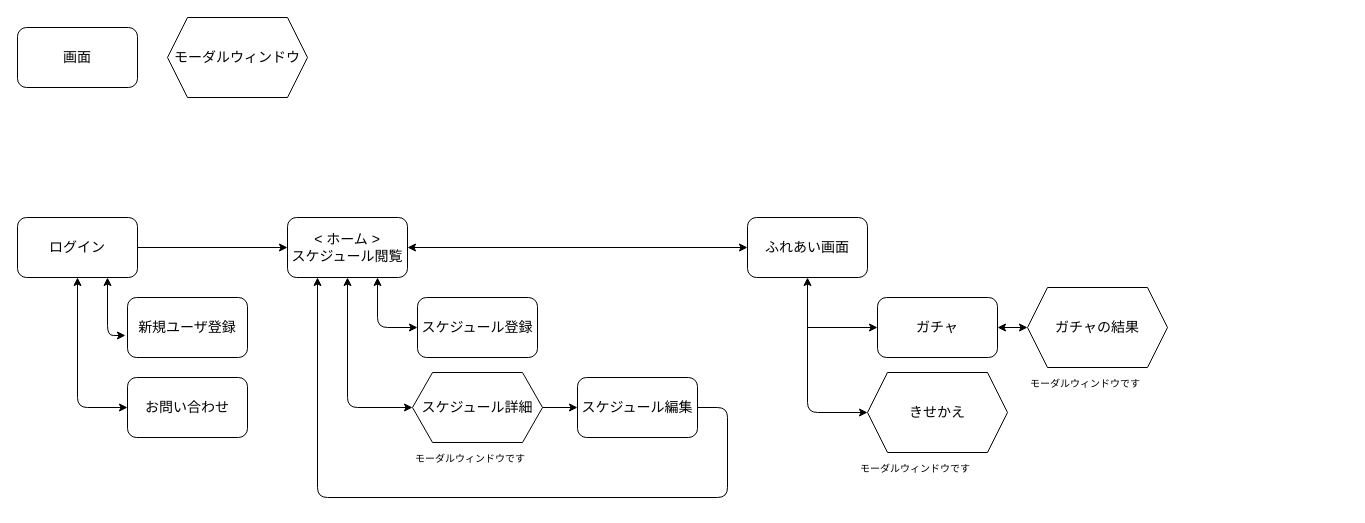
Above: doc/2_外部設計/画面遷移図.drawio in dojo2023/E-3 (draw.io), before the change. Source tidied: cells renumbered, new cells numbered last; positions are measured from the earlier drawing's top-left corner, leaving out a move shared by most shapes. Both pictures are drawn from the tidied source at 100%, with x=0, y=0 at pixel (17, 17).
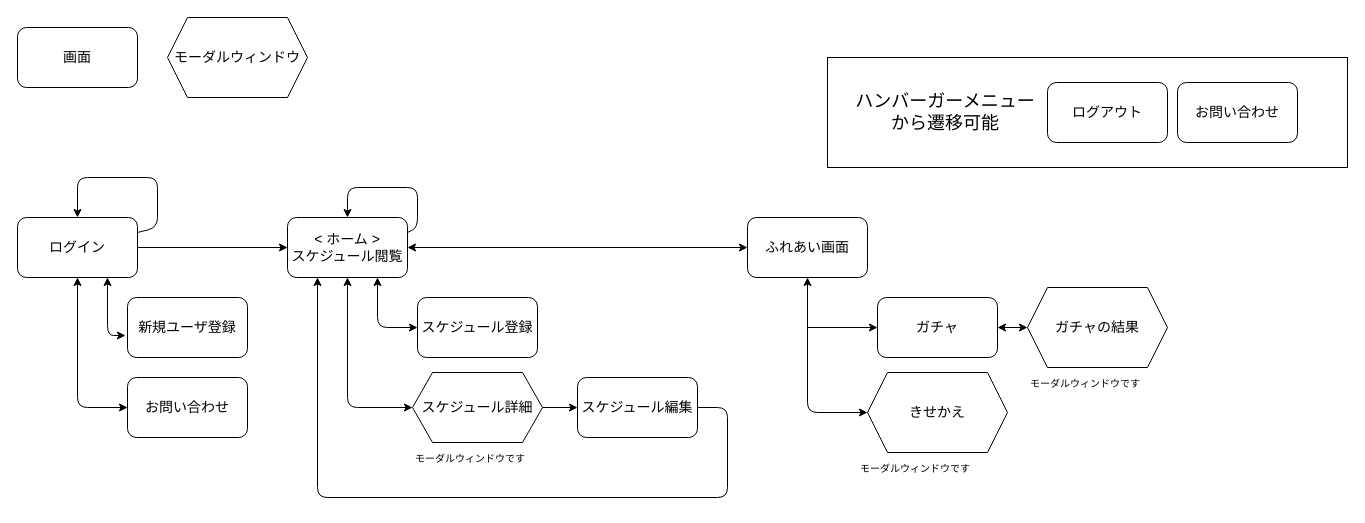
The same diagram, later.

Commit message:
画面遷移図_講師レビュー1回目修正

ログイン、スケジュール閲覧画面のフォワードの矢印を追加。
ハンバーガーメニューからログアウト、お問い合わせ画面への遷移を追記。

The change refers to these unchanged cells:
```xml
<mxCell id="5" value="&lt;font style=&quot;font-size: 14px;&quot;&gt;ログイン&lt;br&gt;&lt;/font&gt;" style="rounded=1;whiteSpace=wrap;html=1;fontSize=14;" parent="1" vertex="1">
  <mxGeometry y="200" width="120" height="60" as="geometry" />
</mxCell>
<mxCell id="10" value="&amp;lt; ホーム &amp;gt;&lt;br&gt;スケジュール閲覧" style="rounded=1;whiteSpace=wrap;html=1;fontSize=14;" parent="1" vertex="1">
  <mxGeometry x="270" y="200" width="120" height="60" as="geometry" />
</mxCell>
```

Change to the diagram source:
```diff
@@
+    <mxCell id="29" style="rounded=0;whiteSpace=wrap;html=1;fontSize=18;fillColor=none;" parent="1" vertex="1">
+      <mxGeometry x="810" y="40" width="520" height="110" as="geometry" />
+    </mxCell>
@@
+    <mxCell id="30" value="&lt;font style=&quot;font-size: 14px;&quot;&gt;ログアウト&lt;br&gt;&lt;/font&gt;" style="rounded=1;whiteSpace=wrap;html=1;fontSize=14;" parent="1" vertex="1">
+      <mxGeometry x="1030" y="65" width="120" height="60" as="geometry" />
+    </mxCell>
+    <mxCell id="31" value="&lt;font style=&quot;font-size: 14px;&quot;&gt;お問い合わせ&lt;br&gt;&lt;/font&gt;" style="rounded=1;whiteSpace=wrap;html=1;fontSize=14;" parent="1" vertex="1">
+      <mxGeometry x="1160" y="65" width="120" height="60" as="geometry" />
+    </mxCell>
+    <mxCell id="32" value="&lt;font style=&quot;font-size: 18px;&quot;&gt;ハンバーガーメニュー&lt;br&gt;から遷移可能&lt;/font&gt;" style="text;html=1;strokeColor=none;fillColor=none;align=center;verticalAlign=middle;whiteSpace=wrap;rounded=0;fontSize=14;" parent="1" vertex="1">
+      <mxGeometry x="810" y="80" width="236" height="30" as="geometry" />
+    </mxCell>
+    <mxCell id="33" style="edgeStyle=none;html=1;exitX=1;exitY=0.25;exitDx=0;exitDy=0;entryX=0.5;entryY=0;entryDx=0;entryDy=0;fontSize=18;" parent="1" edge="1" source="5" target="5">
+      <mxGeometry relative="1" as="geometry">
+        <Array as="points">
+          <mxPoint x="140" y="210" />
+          <mxPoint x="140" y="160" />
+          <mxPoint x="60" y="160" />
+        </Array>
+      </mxGeometry>
+    </mxCell>
+    <mxCell id="34" style="edgeStyle=none;html=1;exitX=1;exitY=0.25;exitDx=0;exitDy=0;entryX=0.5;entryY=0;entryDx=0;entryDy=0;fontSize=18;" parent="1" edge="1" source="10" target="10">
+      <mxGeometry relative="1" as="geometry">
+        <Array as="points">
+          <mxPoint x="400" y="210" />
+          <mxPoint x="400" y="170" />
+          <mxPoint x="330" y="170" />
+        </Array>
+      </mxGeometry>
+    </mxCell>
```
